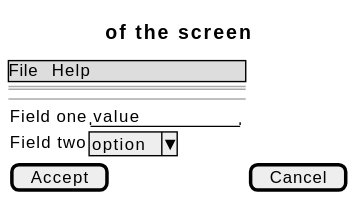
The PlantUML diagram docs/01-requirements/use-cases/configureRecords/wireframes.svg in didactika/kampus, before a commit.
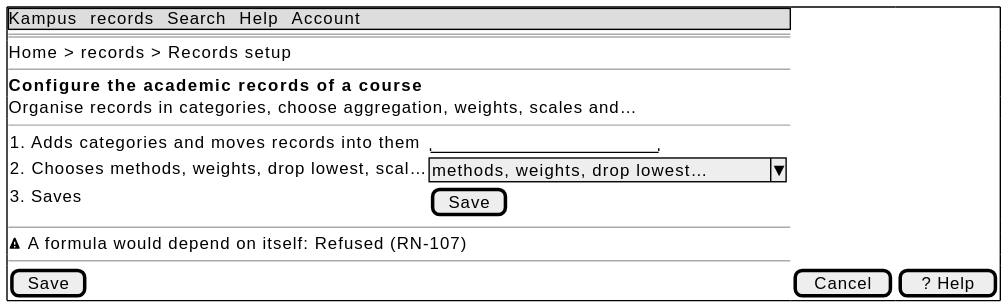
The same file after the commit.

Diff of the diagram source:
```diff
@@ -1,13 +1,20 @@
 @startsalt
-{
-  {* File | Help }
+{+
+  {* Kampus | records | Search | Help | Account }
   ==
-  Title of the screen
+  Home > records > Records setup
+  --
+  <b>Configure the academic records of a course
+  Organise records in categories, choose aggregation, weights, scales and…
   --
   {
-    Field one | "value        "
-    Field two | ^option^
+    1. Adds categories and moves records into them | "                    "
+    2. Chooses methods, weights, drop lowest, scal… | ^methods, weights, drop lowest…^
+    3. Saves | [ Save ]
   }
-  [ Accept ] | [ Cancel ]
+  --
+  <&warning> A formula would depend on itself: Refused (RN-107)
+  --
+  [ Save ] | [ Cancel ] | [ ? Help ]
 }
 @endsalt
```
